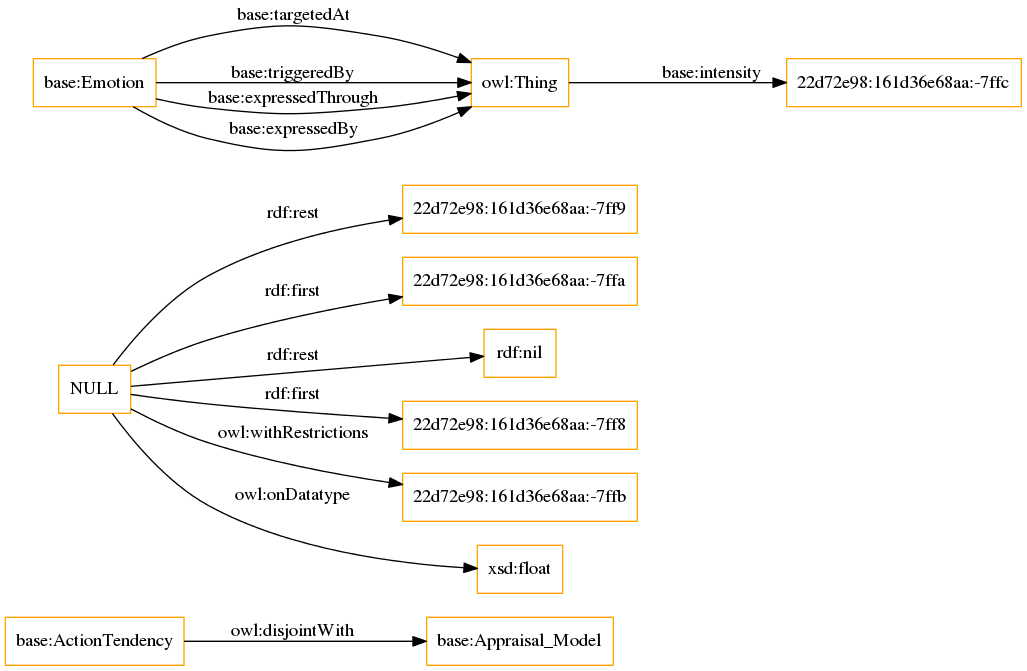
This is OnToology/HEO.owl/diagrams/ar2dtool-class/HEO.owl.png from OnToologyUser/Propsed-Ontology, a Graphviz export, as it was before one commit. Its source is kept beside it as OnToology/HEO.owl/diagrams/ar2dtool-class/HEO.owl.png.dot.
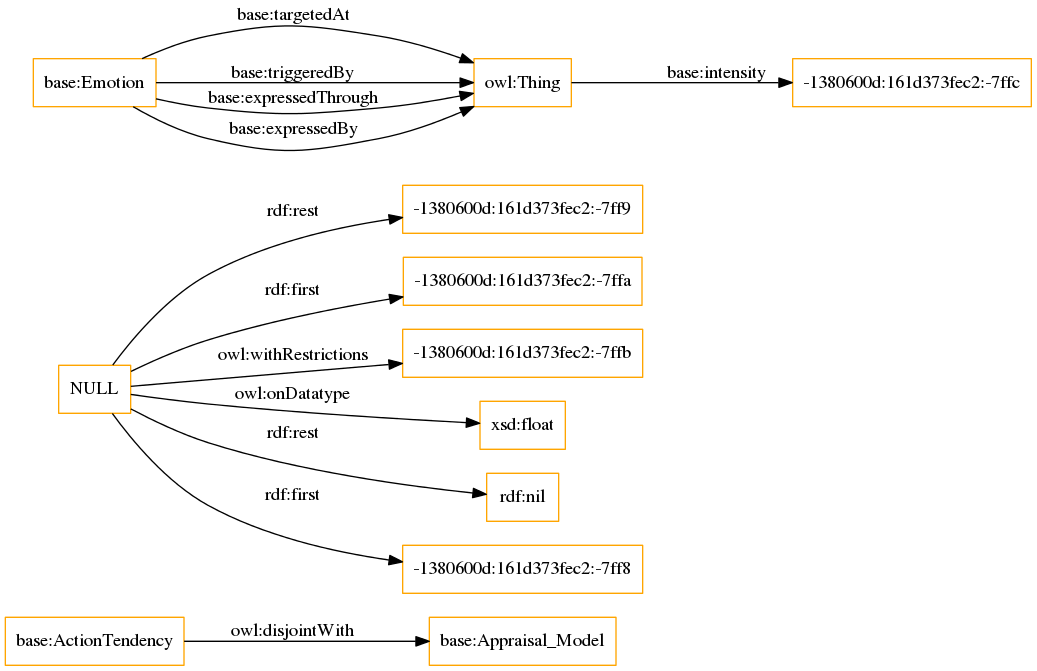
Above is the later version.

What changed in the source:
```diff
@@ -3,14 +3,14 @@
 size="1501"
 node [shape = rectangle, color="orange"]; "base:ActionTendency" "base:Appraisal_Model" ; /*classes style*/
 	"base:ActionTendency" -> "base:Appraisal_Model" [ label = "owl:disjointWith" ];
-	"NULL" -> "22d72e98:161d36e68aa:-7ff9" [ label = "rdf:rest" ];
-	"NULL" -> "22d72e98:161d36e68aa:-7ffa" [ label = "rdf:first" ];
+	"NULL" -> "-1380600d:161d373fec2:-7ff9" [ label = "rdf:rest" ];
+	"NULL" -> "-1380600d:161d373fec2:-7ffa" [ label = "rdf:first" ];
+	"NULL" -> "-1380600d:161d373fec2:-7ffb" [ label = "owl:withRestrictions" ];
+	"NULL" -> "xsd:float" [ label = "owl:onDatatype" ];
 	"NULL" -> "rdf:nil" [ label = "rdf:rest" ];
-	"NULL" -> "22d72e98:161d36e68aa:-7ff8" [ label = "rdf:first" ];
-	"NULL" -> "22d72e98:161d36e68aa:-7ffb" [ label = "owl:withRestrictions" ];
-	"NULL" -> "xsd:float" [ label = "owl:onDatatype" ];
+	"NULL" -> "-1380600d:161d373fec2:-7ff8" [ label = "rdf:first" ];
 	"base:Emotion" -> "owl:Thing" [ label = "base:targetedAt" ];
-	"owl:Thing" -> "22d72e98:161d36e68aa:-7ffc" [ label = "base:intensity" ];
+	"owl:Thing" -> "-1380600d:161d373fec2:-7ffc" [ label = "base:intensity" ];
 	"base:Emotion" -> "owl:Thing" [ label = "base:triggeredBy" ];
 	"base:Emotion" -> "owl:Thing" [ label = "base:expressedThrough" ];
 	"base:Emotion" -> "owl:Thing" [ label = "base:expressedBy" ];
```
